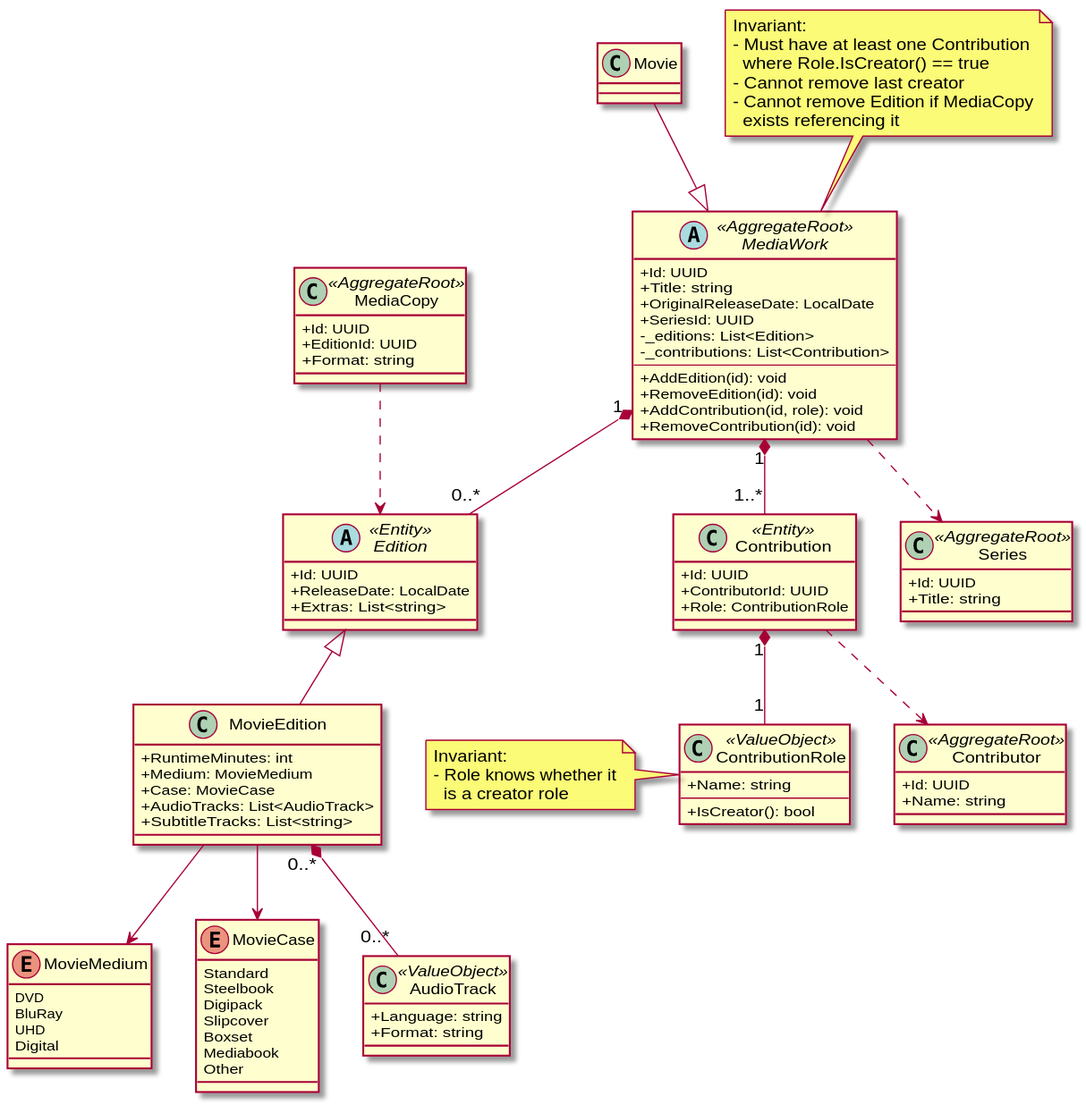
This is docs/diagrams/domain-work.svg from yantue/colleq, a PlantUML export, as it was before one commit.
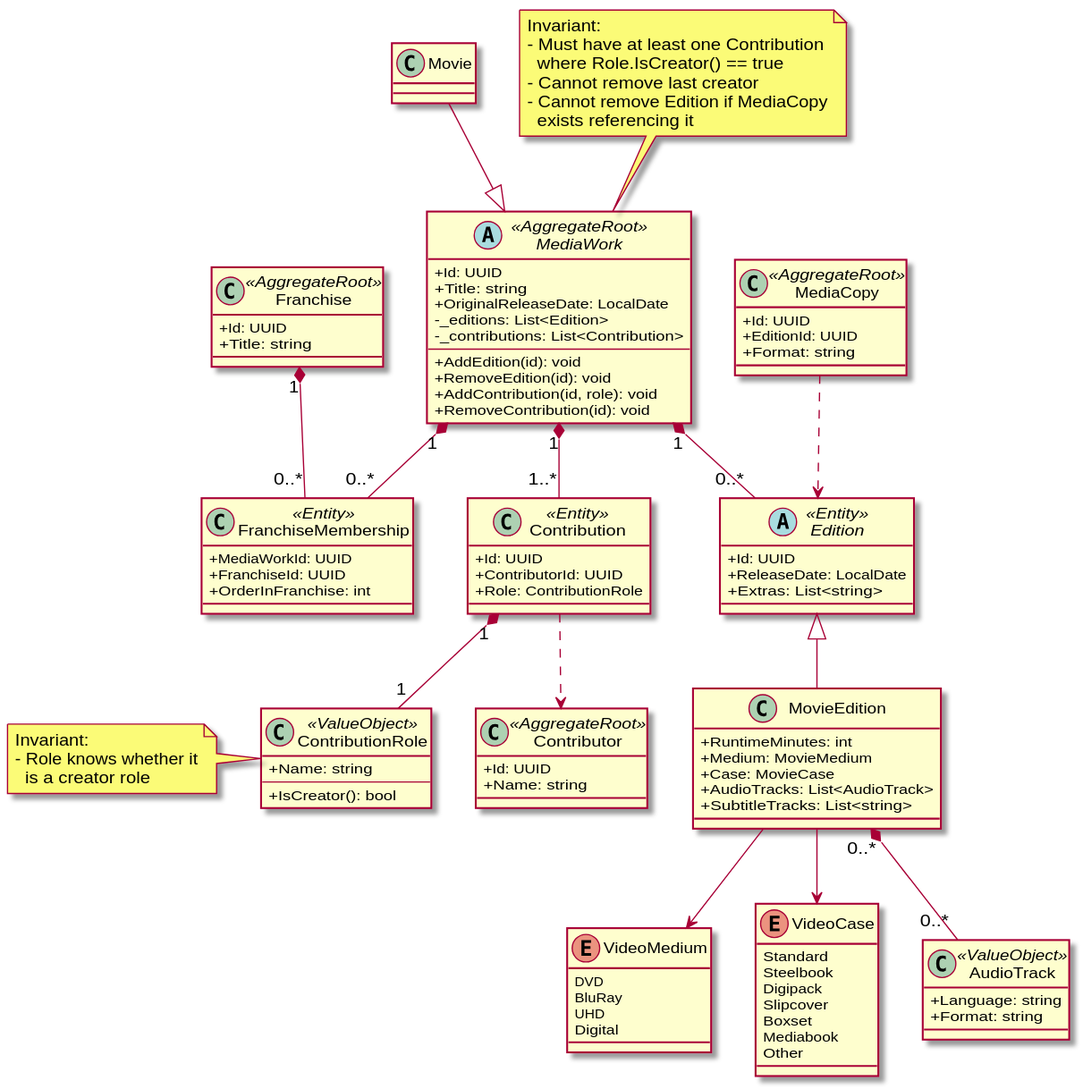
The same file after the commit.

Commit message:
Auto-generate UML diagrams [skip ci]

Change to the diagram source:
```diff
@@ -1,16 +1,21 @@
 @startuml
 skinparam classAttributeIconSize 0
 
-class Series <<AggregateRoot>> {
+class Franchise <<AggregateRoot>> {
     +Id: UUID
     +Title: string
+}
+
+class FranchiseMembership <<Entity>> {
+    +MediaWorkId: UUID
+    +FranchiseId: UUID
+    +OrderInFranchise: int
 }
 
 abstract class MediaWork <<AggregateRoot>> {
     +Id: UUID
     +Title: string
     +OriginalReleaseDate: LocalDate
-    +SeriesId: UUID
     -_editions: List<Edition>
     -_contributions: List<Contribution>
     --
@@ -36,14 +41,14 @@
     +SubtitleTracks: List<string>
 }
 
-enum MovieMedium {
+enum VideoMedium {
     DVD
     BluRay
     UHD
     Digital
 }
 
-enum MovieCase {
+enum VideoCase {
     Standard
     Steelbook
     Digipack
@@ -58,13 +63,14 @@
     +Format: string
 }
 
-MediaWork ..> Series
+Franchise "1" *-- "0..*" FranchiseMembership
+MediaWork "1" *-- "0..*" FranchiseMembership
 MediaWork "1" *-- "0..*" Edition
 Movie --|> MediaWork
 Edition <|-- MovieEdition
 MovieEdition "0..*" *-- "0..*" AudioTrack
-MovieEdition --> MovieMedium
-MovieEdition --> MovieCase
+MovieEdition --> VideoMedium
+MovieEdition --> VideoCase
 
 class Contributor <<AggregateRoot>> {
     +Id: UUID
```
